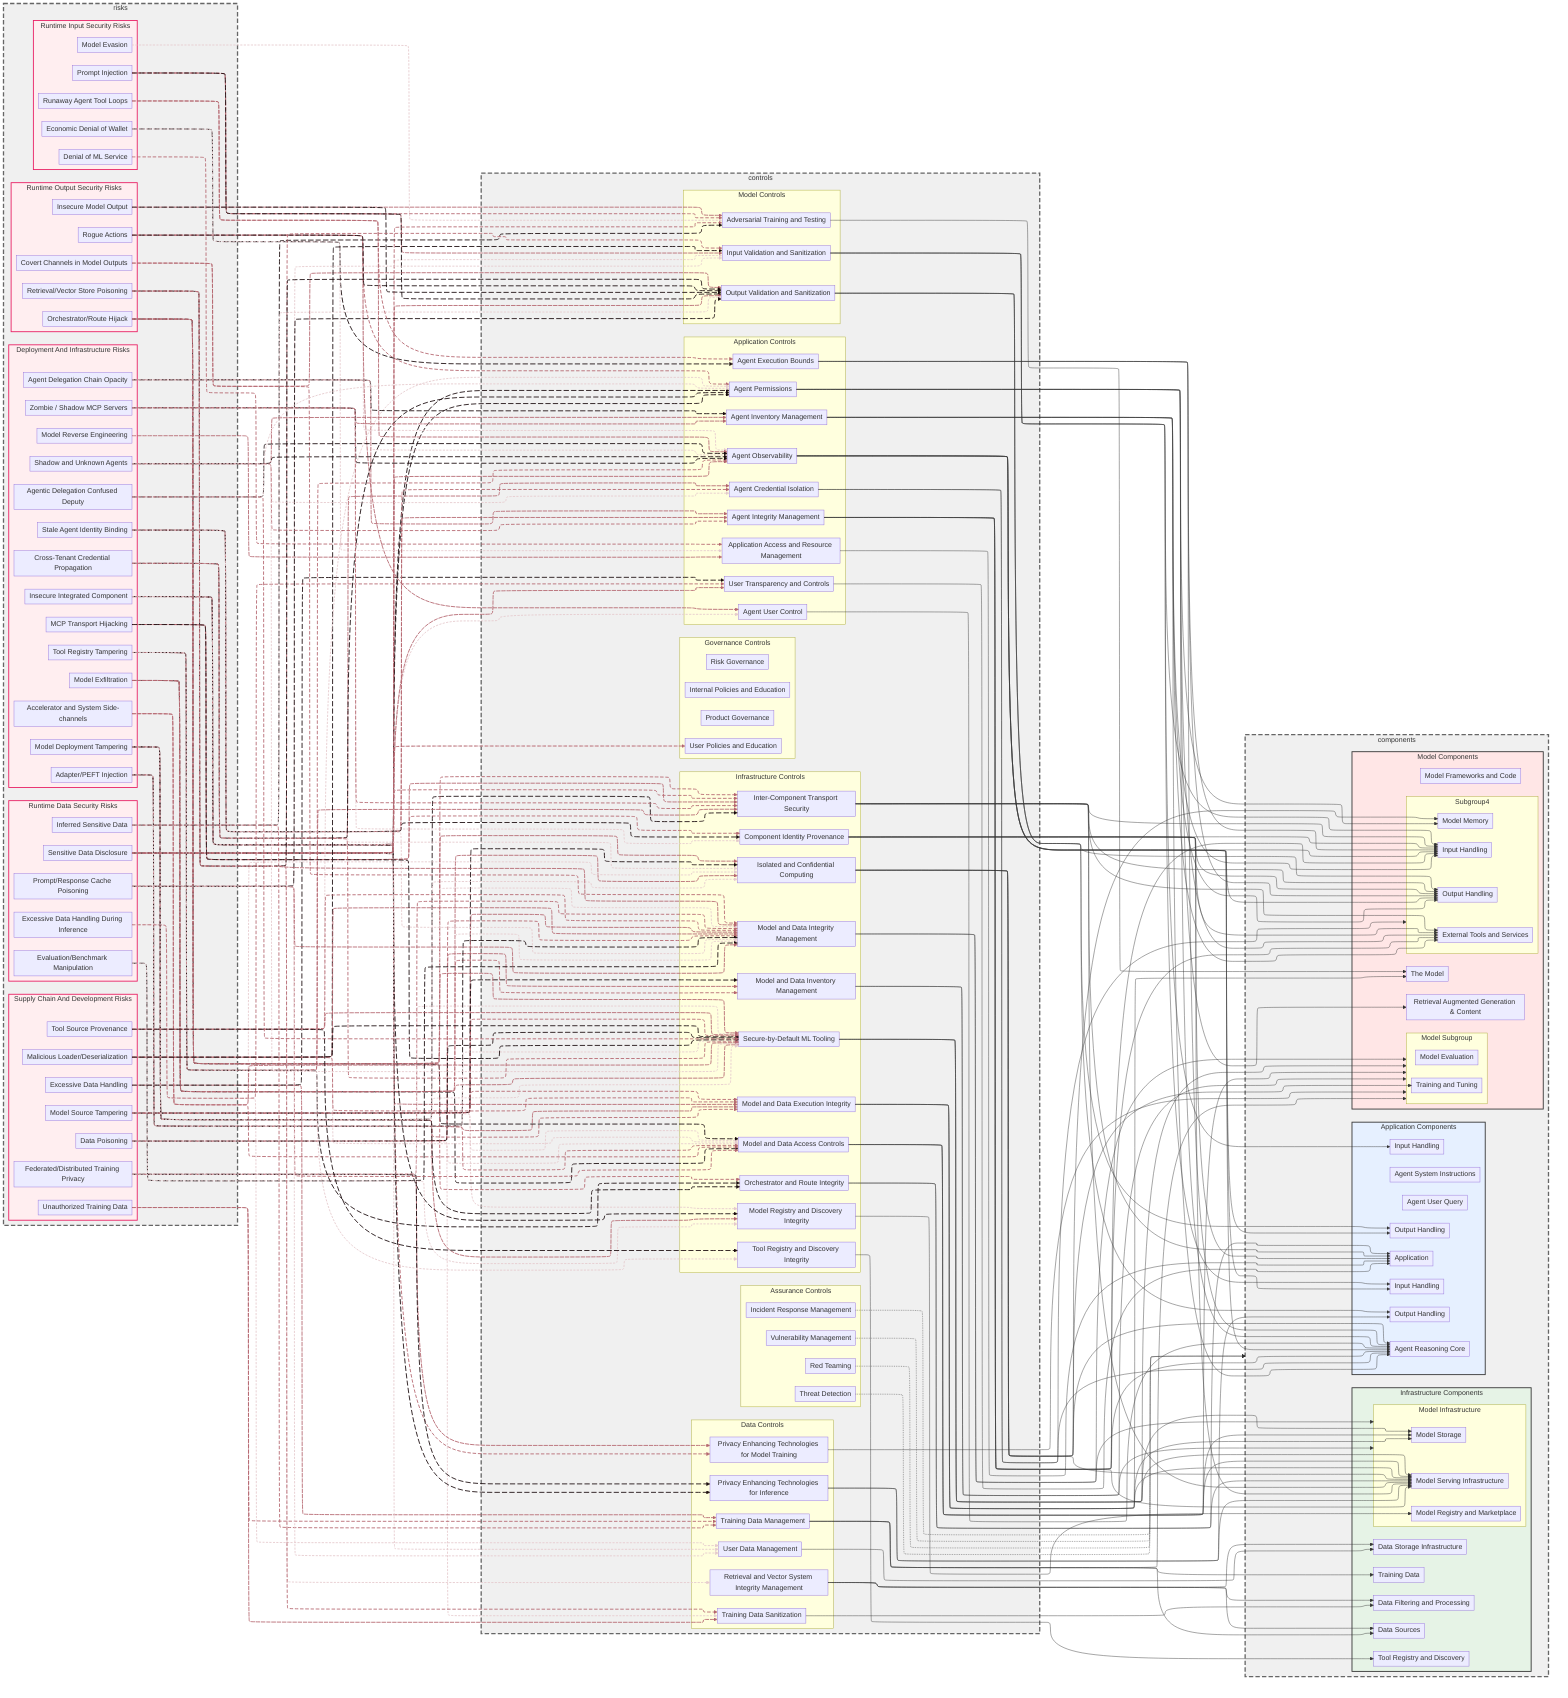
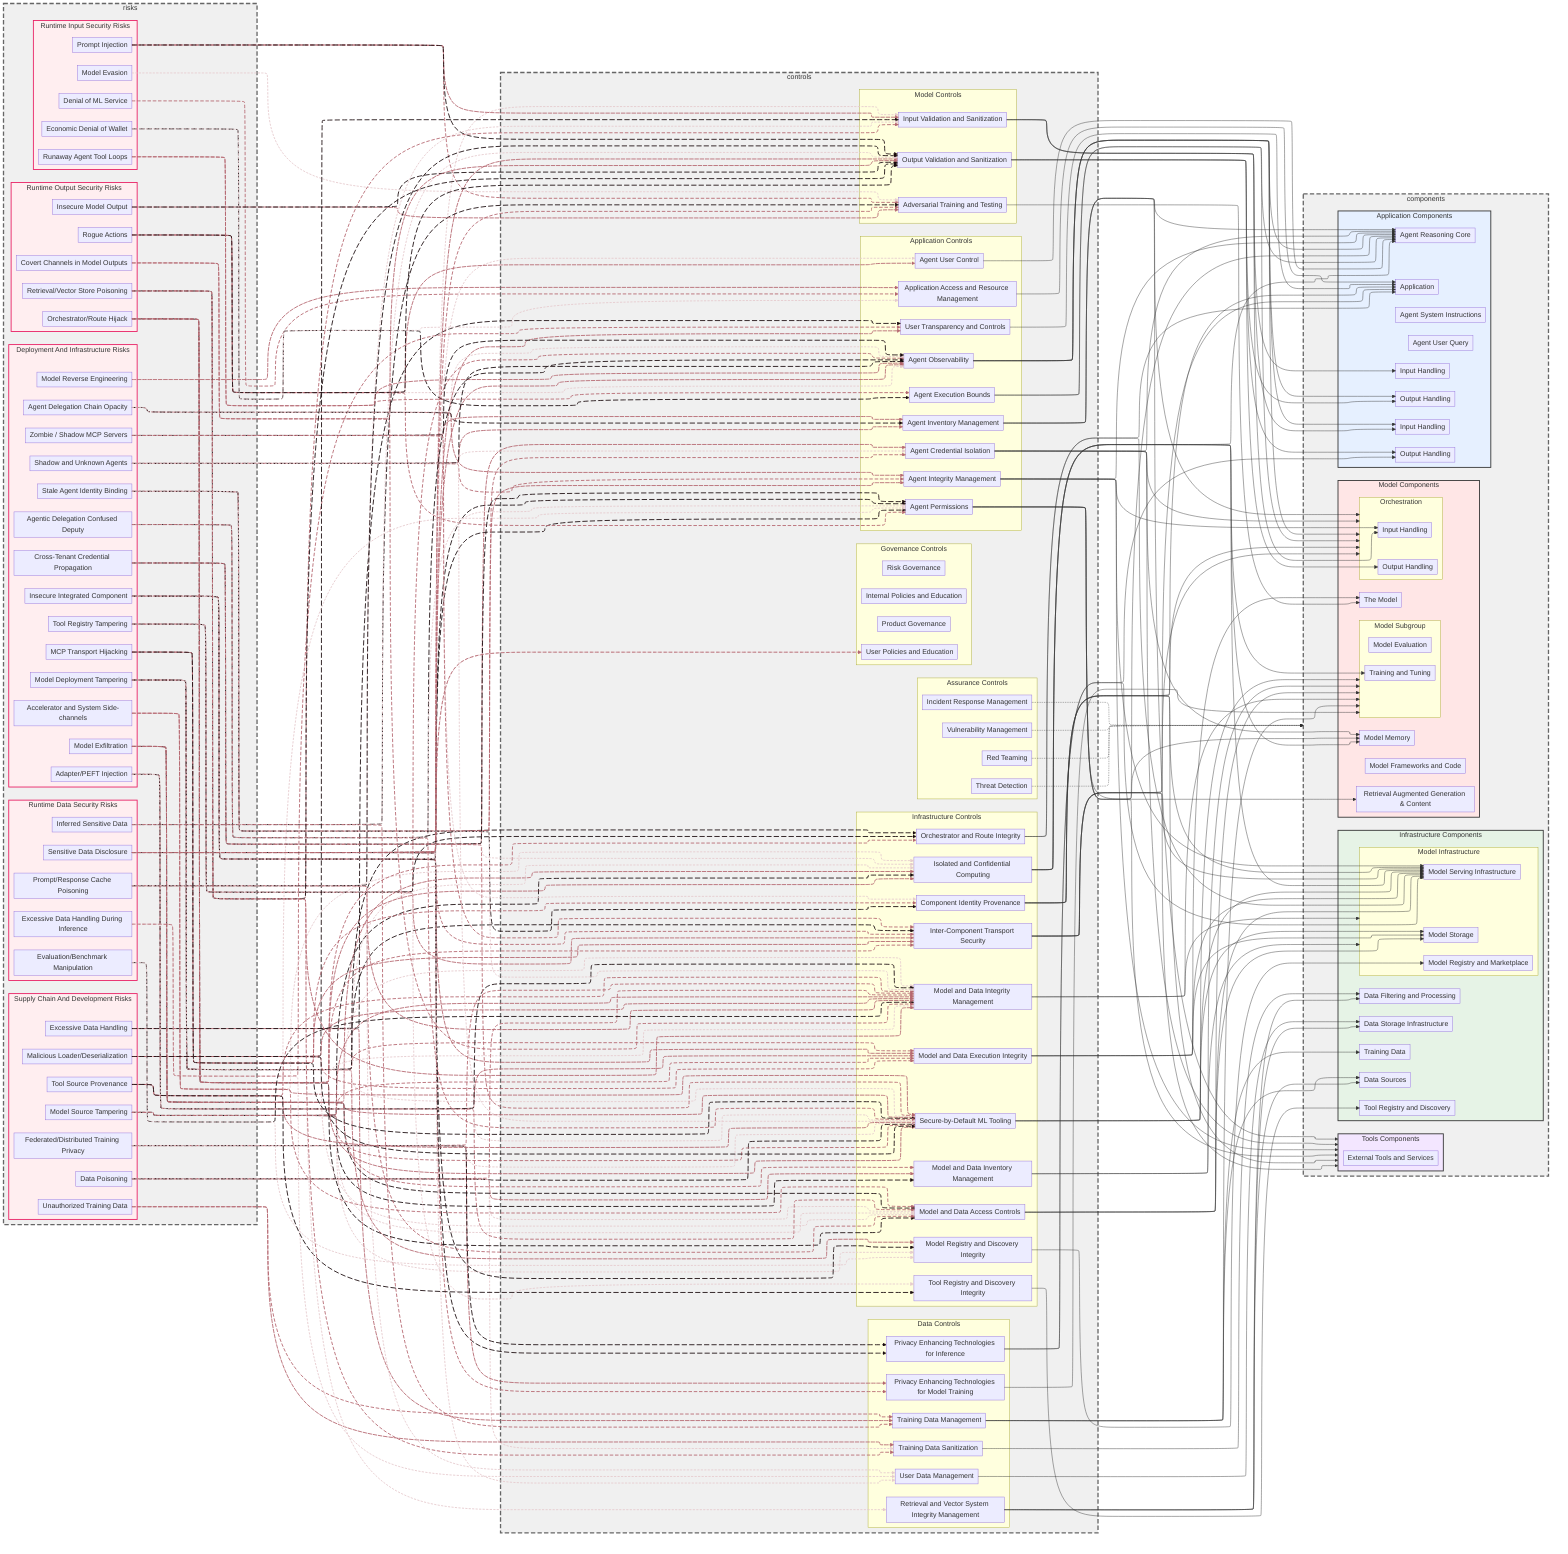
---
config:
  layout: elk
  elk:
    mergeEdges: True
    nodePlacementStrategy: NETWORK_SIMPLEX
---

graph LR
   %%{init: {'flowchart': {'nodeSpacing': 30, 'rankSpacing': 40, 'padding': 5, 'wrappingWidth': 250}}}%%
    classDef hidden display: none;
    classDef allControl stroke:#4285f4,stroke-width:2px,stroke-dasharray: 5 5

    subgraph risks
    subgraph risksSupplyChainAndDevelopment ["Supply Chain And Development Risks"]
        riskDataPoisoning[Data Poisoning]
        riskExcessiveDataHandling[Excessive Data Handling]
        riskFederatedDistributedTrainingPrivacy[Federated/Distributed Training Privacy]
        riskMaliciousLoaderDeserialization[Malicious Loader/Deserialization]
        riskModelSourceTampering[Model Source Tampering]
        riskToolSourceProvenance[Tool Source Provenance]
        riskUnauthorizedTrainingData[Unauthorized Training Data]
    end

    subgraph risksRuntimeDataSecurity ["Runtime Data Security Risks"]
        riskEvaluationBenchmarkManipulation[Evaluation/Benchmark Manipulation]
        riskExcessiveDataHandlingDuringInference[Excessive Data Handling During Inference]
        riskInferredSensitiveData[Inferred Sensitive Data]
        riskPromptResponseCachePoisoning[Prompt/Response Cache Poisoning]
        riskSensitiveDataDisclosure[Sensitive Data Disclosure]
    end

    subgraph risksDeploymentAndInfrastructure ["Deployment And Infrastructure Risks"]
        riskAcceleratorAndSystemSideChannels[Accelerator and System Side-channels]
        riskAdapterPEFTInjection[Adapter/PEFT Injection]
        riskAgentDelegationChainOpacity[Agent Delegation Chain Opacity]
        riskAgenticDelegationConfusedDeputy[Agentic Delegation Confused Deputy]
        riskCrossTenantCredentialPropagation[Cross-Tenant Credential Propagation]
        riskInsecureIntegratedComponent[Insecure Integrated Component]
        riskMCPTransportHijacking[MCP Transport Hijacking]
        riskModelDeploymentTampering[Model Deployment Tampering]
        riskModelExfiltration[Model Exfiltration]
        riskModelReverseEngineering[Model Reverse Engineering]
        riskShadowAndUnknownAgents[Shadow and Unknown Agents]
        riskStaleAgentIdentityBinding[Stale Agent Identity Binding]
        riskToolRegistryTampering[Tool Registry Tampering]
        riskZombieShadowMCPServers[Zombie / Shadow MCP Servers]
    end

    subgraph risksRuntimeInputSecurity ["Runtime Input Security Risks"]
        riskDenialOfMLService[Denial of ML Service]
        riskEconomicDenialOfWallet[Economic Denial of Wallet]
        riskModelEvasion[Model Evasion]
        riskPromptInjection[Prompt Injection]
        riskRunawayAgentToolLoops[Runaway Agent Tool Loops]
    end

    subgraph risksRuntimeOutputSecurity ["Runtime Output Security Risks"]
        riskCovertChannelsInModelOutputs[Covert Channels in Model Outputs]
        riskInsecureModelOutput[Insecure Model Output]
        riskOrchestratorRouteHijacking[Orchestrator/Route Hijack]
        riskRetrievalVectorStorePoisoning[Retrieval/Vector Store Poisoning]
        riskRogueActions[Rogue Actions]
    end

    end

    subgraph controls
    subgraph controlsData ["Data Controls"]
        controlModelPrivacyEnhancingTechnologies[Privacy Enhancing Technologies for Model Training]
        controlRetrievalAndVectorSystemIntegrity[Retrieval and Vector System Integrity Management]
        controlRuntimePrivacyEnhancingTechnologies[Privacy Enhancing Technologies for Inference]
        controlTrainingDataManagement[Training Data Management]
        controlTrainingDataSanitization[Training Data Sanitization]
        controlUserDataManagement[User Data Management]
    end

    subgraph controlsInfrastructure ["Infrastructure Controls"]
        controlComponentIdentityProvenance[Component Identity Provenance]
        controlInterComponentTransportSecurity[Inter-Component Transport Security]
        controlIsolatedConfidentialComputing[Isolated and Confidential Computing]
        controlModelAndDataAccessControls[Model and Data Access Controls]
        controlModelAndDataExecutionIntegrity[Model and Data Execution Integrity]
        controlModelAndDataIntegrityManagement[Model and Data Integrity Management]
        controlModelAndDataInventoryManagement[Model and Data Inventory Management]
        controlModelRegistryIntegrity[Model Registry and Discovery Integrity]
        controlOrchestratorAndRouteIntegrity[Orchestrator and Route Integrity]
        controlSecureByDefaultMLTooling[Secure-by-Default ML Tooling]
        controlToolRegistryAndDiscoveryIntegrity[Tool Registry and Discovery Integrity]
    end

    subgraph controlsModel ["Model Controls"]
        controlAdversarialTrainingAndTesting[Adversarial Training and Testing]
        controlInputValidationAndSanitization[Input Validation and Sanitization]
        controlOutputValidationAndSanitization[Output Validation and Sanitization]
    end

    subgraph controlsApplication ["Application Controls"]
        controlAgentCredentialIsolation[Agent Credential Isolation]
        controlAgentExecutionBounds[Agent Execution Bounds]
        controlAgentIntegrityManagement[Agent Integrity Management]
        controlAgentInventoryManagement[Agent Inventory Management]
        controlAgentObservability[Agent Observability]
        controlAgentPluginPermissions[Agent Permissions]
        controlAgentPluginUserControl[Agent User Control]
        controlApplicationAccessManagement[Application Access and Resource Management]
        controlUserTransparencyAndControls[User Transparency and Controls]
    end

    subgraph controlsAssurance ["Assurance Controls"]
        controlIncidentResponseManagement[Incident Response Management]
        controlRedTeaming[Red Teaming]
        controlThreatDetection[Threat Detection]
        controlVulnerabilityManagement[Vulnerability Management]
    end

    subgraph controlsGovernance ["Governance Controls"]
        direction LR
        controlInternalPoliciesAndEducation[Internal Policies and Education]
        controlProductGovernance[Product Governance]
        controlRiskGovernance[Risk Governance]
        controlUserPoliciesAndEducation[User Policies and Education]
    end

    end

    subgraph components
    subgraph componentsInfrastructure ["Infrastructure Components"]
        componentDataFilteringAndProcessing[Data Filtering and Processing]
        componentDataSources[Data Sources]
        componentDataStorage[Data Storage Infrastructure]
        componentToolRegistry[Tool Registry and Discovery]
        componentTrainingData[Training Data]
        subgraph componentsModelInfrastructure ["Model Infrastructure"]
            componentModelRegistry[Model Registry and Marketplace]
            componentModelServing[Model Serving Infrastructure]
            componentModelStorage[Model Storage]
        end
    end

    subgraph componentsModel ["Model Components"]
+         componentMemory[Model Memory]
        componentModelFrameworksAndCode[Model Frameworks and Code]
        componentRAGContent[Retrieval Augmented Generation & Content]
        componentTheModel[The Model]
        subgraph componentsModelSubgroup ["Model Subgroup"]
            componentModelEvaluation[Model Evaluation]
            componentModelTrainingTuning[Training and Tuning]
        end
-         subgraph componentsSubgroup4 ["Subgroup4"]
-             componentMemory[Model Memory]
+         subgraph componentsOrchestration ["Orchestration"]
            componentOrchestrationInputHandling[Input Handling]
            componentOrchestrationOutputHandling[Output Handling]
-             componentTools[External Tools and Services]
        end
    end

    subgraph componentsApplication ["Application Components"]
        componentAgentInputHandling[Input Handling]
        componentAgentOutputHandling[Output Handling]
        componentAgentSystemInstruction[Agent System Instructions]
        componentAgentUserQuery[Agent User Query]
        componentApplication[Application]
        componentApplicationInputHandling[Input Handling]
        componentApplicationOutputHandling[Output Handling]
        componentReasoningCore[Agent Reasoning Core]
+     end
+ 
+     subgraph componentsTools ["Tools Components"]
+         componentTools[External Tools and Services]
    end

    end

    %% Risk to Control relationships
    riskDataPoisoning --> controlModelAndDataAccessControls
    riskDataPoisoning --> controlModelAndDataIntegrityManagement
    riskDataPoisoning --> controlModelAndDataInventoryManagement
    riskDataPoisoning --> controlSecureByDefaultMLTooling
    riskDataPoisoning --> controlTrainingDataSanitization
    riskUnauthorizedTrainingData --> controlTrainingDataManagement
    riskUnauthorizedTrainingData --> controlTrainingDataSanitization
    riskModelSourceTampering --> controlIsolatedConfidentialComputing
    riskModelSourceTampering --> controlModelAndDataAccessControls
    riskModelSourceTampering --> controlModelAndDataExecutionIntegrity
    riskModelSourceTampering --> controlModelAndDataIntegrityManagement
    riskModelSourceTampering --> controlModelAndDataInventoryManagement
    riskModelSourceTampering --> controlModelRegistryIntegrity
    riskModelSourceTampering --> controlSecureByDefaultMLTooling
    riskExcessiveDataHandling --> controlTrainingDataManagement
    riskExcessiveDataHandling --> controlUserTransparencyAndControls
    riskExcessiveDataHandlingDuringInference --> controlUserDataManagement
    riskExcessiveDataHandlingDuringInference --> controlUserTransparencyAndControls
    riskModelExfiltration --> controlIsolatedConfidentialComputing
    riskModelExfiltration --> controlModelAndDataAccessControls
    riskModelExfiltration --> controlModelAndDataIntegrityManagement
    riskModelExfiltration --> controlModelAndDataInventoryManagement
    riskModelExfiltration --> controlSecureByDefaultMLTooling
    riskModelDeploymentTampering --> controlInterComponentTransportSecurity
    riskModelDeploymentTampering --> controlIsolatedConfidentialComputing
    riskModelDeploymentTampering --> controlModelAndDataExecutionIntegrity
    riskModelDeploymentTampering --> controlModelRegistryIntegrity
    riskModelDeploymentTampering --> controlOrchestratorAndRouteIntegrity
    riskModelDeploymentTampering --> controlSecureByDefaultMLTooling
    riskDenialOfMLService --> controlApplicationAccessManagement
    riskModelReverseEngineering --> controlApplicationAccessManagement
    riskInsecureIntegratedComponent --> controlAgentPluginPermissions
    riskInsecureIntegratedComponent --> controlInputValidationAndSanitization
    riskInsecureIntegratedComponent --> controlInterComponentTransportSecurity
    riskInsecureIntegratedComponent --> controlModelAndDataExecutionIntegrity
    riskInsecureIntegratedComponent --> controlModelRegistryIntegrity
    riskInsecureIntegratedComponent --> controlUserPoliciesAndEducation
    riskPromptInjection --> controlAdversarialTrainingAndTesting
    riskPromptInjection --> controlInputValidationAndSanitization
    riskPromptInjection --> controlOutputValidationAndSanitization
    riskModelEvasion --> controlAdversarialTrainingAndTesting
    riskSensitiveDataDisclosure --> controlAdversarialTrainingAndTesting
    riskSensitiveDataDisclosure --> controlAgentObservability
    riskSensitiveDataDisclosure --> controlAgentPluginPermissions
    riskSensitiveDataDisclosure --> controlAgentPluginUserControl
    riskSensitiveDataDisclosure --> controlModelPrivacyEnhancingTechnologies
    riskSensitiveDataDisclosure --> controlOutputValidationAndSanitization
    riskSensitiveDataDisclosure --> controlRuntimePrivacyEnhancingTechnologies
    riskSensitiveDataDisclosure --> controlUserDataManagement
    riskSensitiveDataDisclosure --> controlUserPoliciesAndEducation
    riskSensitiveDataDisclosure --> controlUserTransparencyAndControls
    riskInferredSensitiveData --> controlAdversarialTrainingAndTesting
    riskInferredSensitiveData --> controlOutputValidationAndSanitization
    riskInferredSensitiveData --> controlTrainingDataManagement
    riskInsecureModelOutput --> controlAdversarialTrainingAndTesting
    riskInsecureModelOutput --> controlOutputValidationAndSanitization
    riskRogueActions --> controlAgentObservability
    riskRogueActions --> controlAgentPluginPermissions
    riskRogueActions --> controlAgentPluginUserControl
    riskRogueActions --> controlOutputValidationAndSanitization
    riskAcceleratorAndSystemSideChannels --> controlIsolatedConfidentialComputing
    riskAcceleratorAndSystemSideChannels --> controlModelAndDataAccessControls
    riskAcceleratorAndSystemSideChannels --> controlSecureByDefaultMLTooling
    riskEconomicDenialOfWallet --> controlAgentExecutionBounds
    riskEconomicDenialOfWallet --> controlApplicationAccessManagement
    riskFederatedDistributedTrainingPrivacy --> controlModelAndDataIntegrityManagement
    riskFederatedDistributedTrainingPrivacy --> controlModelPrivacyEnhancingTechnologies
    riskFederatedDistributedTrainingPrivacy --> controlRuntimePrivacyEnhancingTechnologies
    riskFederatedDistributedTrainingPrivacy --> controlSecureByDefaultMLTooling
    riskAdapterPEFTInjection --> controlModelAndDataAccessControls
    riskAdapterPEFTInjection --> controlModelAndDataExecutionIntegrity
    riskAdapterPEFTInjection --> controlModelAndDataIntegrityManagement
    riskAdapterPEFTInjection --> controlSecureByDefaultMLTooling
    riskToolRegistryTampering --> controlAgentObservability
    riskToolRegistryTampering --> controlInterComponentTransportSecurity
    riskToolRegistryTampering --> controlOrchestratorAndRouteIntegrity
    riskToolRegistryTampering --> controlToolRegistryAndDiscoveryIntegrity
    riskOrchestratorRouteHijacking --> controlInterComponentTransportSecurity
    riskOrchestratorRouteHijacking --> controlIsolatedConfidentialComputing
    riskOrchestratorRouteHijacking --> controlModelAndDataAccessControls
    riskOrchestratorRouteHijacking --> controlModelAndDataIntegrityManagement
    riskOrchestratorRouteHijacking --> controlOrchestratorAndRouteIntegrity
    riskOrchestratorRouteHijacking --> controlSecureByDefaultMLTooling
    riskEvaluationBenchmarkManipulation --> controlModelAndDataIntegrityManagement
    riskEvaluationBenchmarkManipulation --> controlModelRegistryIntegrity
    riskCovertChannelsInModelOutputs --> controlModelAndDataIntegrityManagement
    riskCovertChannelsInModelOutputs --> controlOutputValidationAndSanitization
    riskMaliciousLoaderDeserialization --> controlInputValidationAndSanitization
    riskMaliciousLoaderDeserialization --> controlModelAndDataAccessControls
    riskMaliciousLoaderDeserialization --> controlModelAndDataExecutionIntegrity
    riskMaliciousLoaderDeserialization --> controlModelAndDataIntegrityManagement
    riskMaliciousLoaderDeserialization --> controlSecureByDefaultMLTooling
    riskToolSourceProvenance --> controlAgentPluginPermissions
    riskToolSourceProvenance --> controlModelAndDataIntegrityManagement
    riskToolSourceProvenance --> controlSecureByDefaultMLTooling
    riskToolSourceProvenance --> controlToolRegistryAndDiscoveryIntegrity
    riskPromptResponseCachePoisoning --> controlInputValidationAndSanitization
    riskPromptResponseCachePoisoning --> controlModelAndDataAccessControls
    riskPromptResponseCachePoisoning --> controlModelAndDataIntegrityManagement
    riskPromptResponseCachePoisoning --> controlOutputValidationAndSanitization
    riskPromptResponseCachePoisoning --> controlUserDataManagement
    riskRetrievalVectorStorePoisoning --> controlInputValidationAndSanitization
    riskRetrievalVectorStorePoisoning --> controlModelAndDataIntegrityManagement
    riskRetrievalVectorStorePoisoning --> controlOutputValidationAndSanitization
    riskRetrievalVectorStorePoisoning --> controlRetrievalAndVectorSystemIntegrity
    riskRetrievalVectorStorePoisoning --> controlTrainingDataSanitization
    riskAgentDelegationChainOpacity --> controlAgentIntegrityManagement
    riskAgentDelegationChainOpacity --> controlAgentInventoryManagement
    riskAgentDelegationChainOpacity --> controlAgentObservability
    riskStaleAgentIdentityBinding --> controlAgentCredentialIsolation
    riskStaleAgentIdentityBinding --> controlAgentIntegrityManagement
    riskStaleAgentIdentityBinding --> controlComponentIdentityProvenance
    riskStaleAgentIdentityBinding --> controlModelAndDataIntegrityManagement
    riskMCPTransportHijacking --> controlComponentIdentityProvenance
    riskMCPTransportHijacking --> controlInterComponentTransportSecurity
    riskMCPTransportHijacking --> controlSecureByDefaultMLTooling
    riskShadowAndUnknownAgents --> controlAgentCredentialIsolation
    riskShadowAndUnknownAgents --> controlAgentIntegrityManagement
    riskShadowAndUnknownAgents --> controlAgentInventoryManagement
    riskShadowAndUnknownAgents --> controlAgentObservability
    riskShadowAndUnknownAgents --> controlSecureByDefaultMLTooling
    riskRunawayAgentToolLoops --> controlAgentExecutionBounds
    riskRunawayAgentToolLoops --> controlAgentObservability
    riskAgenticDelegationConfusedDeputy --> controlAgentObservability
    riskAgenticDelegationConfusedDeputy --> controlAgentPluginPermissions
    riskAgenticDelegationConfusedDeputy --> controlSecureByDefaultMLTooling
    riskCrossTenantCredentialPropagation --> controlAgentCredentialIsolation
    riskCrossTenantCredentialPropagation --> controlAgentPluginPermissions
    riskCrossTenantCredentialPropagation --> controlIsolatedConfidentialComputing
    riskCrossTenantCredentialPropagation --> controlSecureByDefaultMLTooling
    riskZombieShadowMCPServers --> controlAgentInventoryManagement
    riskZombieShadowMCPServers --> controlAgentObservability
    riskZombieShadowMCPServers --> controlComponentIdentityProvenance
    riskZombieShadowMCPServers --> controlInterComponentTransportSecurity

    %% Control to Component relationships (reused from ControlGraph)
    controlModelPrivacyEnhancingTechnologies --> componentsModelSubgroup
    controlRuntimePrivacyEnhancingTechnologies --> componentApplicationOutputHandling
    controlRuntimePrivacyEnhancingTechnologies --> componentModelServing
    controlTrainingDataManagement --> componentDataSources
    controlTrainingDataManagement --> componentTrainingData
    controlTrainingDataManagement --> componentsModelSubgroup
    controlTrainingDataSanitization --> componentDataFilteringAndProcessing
    controlUserDataManagement --> componentDataStorage
    controlModelAndDataInventoryManagement --> componentsModelInfrastructure
    controlModelAndDataInventoryManagement --> componentsModelSubgroup
    controlModelAndDataAccessControls --> componentModelServing
    controlModelAndDataAccessControls --> componentModelStorage
    controlModelAndDataAccessControls --> componentsModelSubgroup
    controlModelAndDataIntegrityManagement --> componentsModelInfrastructure
    controlModelAndDataIntegrityManagement --> componentsModelSubgroup
    controlModelAndDataExecutionIntegrity --> componentModelServing
    controlModelAndDataExecutionIntegrity --> componentModelStorage
    controlModelAndDataExecutionIntegrity --> componentTheModel
    controlSecureByDefaultMLTooling --> componentModelServing
    controlSecureByDefaultMLTooling --> componentModelStorage
    controlSecureByDefaultMLTooling --> componentsModelSubgroup
    controlInputValidationAndSanitization --> componentAgentInputHandling
    controlInputValidationAndSanitization --> componentApplicationInputHandling
    controlInputValidationAndSanitization --> componentOrchestrationInputHandling
    controlOutputValidationAndSanitization --> componentAgentOutputHandling
    controlOutputValidationAndSanitization --> componentApplicationOutputHandling
    controlOutputValidationAndSanitization --> componentOrchestrationOutputHandling
    controlAdversarialTrainingAndTesting --> componentTheModel
    controlApplicationAccessManagement --> componentApplication
    controlUserTransparencyAndControls --> componentApplication
    controlAgentPluginUserControl --> componentReasoningCore
    controlAgentPluginPermissions --> componentMemory
    controlAgentPluginPermissions --> componentRAGContent
    controlAgentPluginPermissions --> componentReasoningCore
-     controlAgentPluginPermissions --> componentTools
+     controlAgentPluginPermissions --> componentsTools
    controlRedTeaming -.-> components
    controlVulnerabilityManagement -.-> components
    controlThreatDetection -.-> components
    controlIncidentResponseManagement -.-> components
    controlAgentObservability --> componentAgentInputHandling
    controlAgentObservability --> componentAgentOutputHandling
-     controlAgentObservability --> componentOrchestrationInputHandling
-     controlAgentObservability --> componentOrchestrationOutputHandling
    controlAgentObservability --> componentReasoningCore
+     controlAgentObservability --> componentsOrchestration
    controlIsolatedConfidentialComputing --> componentMemory
    controlIsolatedConfidentialComputing --> componentModelServing
    controlIsolatedConfidentialComputing --> componentModelTrainingTuning
    controlIsolatedConfidentialComputing --> componentReasoningCore
    controlRetrievalAndVectorSystemIntegrity --> componentDataFilteringAndProcessing
    controlRetrievalAndVectorSystemIntegrity --> componentDataSources
    controlRetrievalAndVectorSystemIntegrity --> componentDataStorage
    controlOrchestratorAndRouteIntegrity --> componentApplication
    controlOrchestratorAndRouteIntegrity --> componentModelServing
-     controlAgentInventoryManagement --> componentOrchestrationInputHandling
-     controlAgentInventoryManagement --> componentOrchestrationOutputHandling
    controlAgentInventoryManagement --> componentReasoningCore
-     controlAgentInventoryManagement --> componentTools
+     controlAgentInventoryManagement --> componentsOrchestration
+     controlAgentInventoryManagement --> componentsTools
    controlAgentIntegrityManagement --> componentModelServing
    controlAgentIntegrityManagement --> componentOrchestrationInputHandling
    controlAgentIntegrityManagement --> componentReasoningCore
-     controlAgentIntegrityManagement --> componentTools
+     controlAgentIntegrityManagement --> componentsTools
+     controlAgentCredentialIsolation --> componentMemory
    controlAgentCredentialIsolation --> componentReasoningCore
-     controlAgentCredentialIsolation --> componentsSubgroup4
+     controlAgentCredentialIsolation --> componentsOrchestration
+     controlAgentCredentialIsolation --> componentsTools
    controlInterComponentTransportSecurity --> componentApplication
    controlInterComponentTransportSecurity --> componentModelServing
-     controlInterComponentTransportSecurity --> componentOrchestrationInputHandling
-     controlInterComponentTransportSecurity --> componentOrchestrationOutputHandling
-     controlInterComponentTransportSecurity --> componentTools
+     controlInterComponentTransportSecurity --> componentsOrchestration
+     controlInterComponentTransportSecurity --> componentsTools
    controlComponentIdentityProvenance --> componentApplication
    controlComponentIdentityProvenance --> componentModelServing
-     controlComponentIdentityProvenance --> componentOrchestrationInputHandling
-     controlComponentIdentityProvenance --> componentOrchestrationOutputHandling
-     controlComponentIdentityProvenance --> componentTools
-     controlAgentExecutionBounds --> componentOrchestrationInputHandling
-     controlAgentExecutionBounds --> componentOrchestrationOutputHandling
+     controlComponentIdentityProvenance --> componentsOrchestration
+     controlComponentIdentityProvenance --> componentsTools
    controlAgentExecutionBounds --> componentReasoningCore
+     controlAgentExecutionBounds --> componentsOrchestration
    controlModelRegistryIntegrity --> componentModelRegistry
    controlToolRegistryAndDiscoveryIntegrity --> componentToolRegistry

    %% Edge styling
    linkStyle 0,4,8,12,16,20,24,28,32,36,40,44,48,52,56,60,64,68,72,76,80,84,88,92,96,100,104,108,112,116,120,124,128,132 stroke:#e6cbce,stroke-width:2px,stroke-dasharray: 5 3
    linkStyle 1,5,9,13,17,21,25,29,33,37,41,45,49,53,57,61,65,69,73,77,81,85,89,93,97,101,105,109,113,117,121,125,129,133 stroke:#b66871,stroke-width:2px,stroke-dasharray: 8 4
    linkStyle 2,6,10,14,18,22,26,30,34,38,42,46,50,54,58,62,66,70,74,78,82,86,90,94,98,102,106,110,114,118,122,126,130 stroke:#b66871,stroke-width:2px,stroke-dasharray: 10 2
    linkStyle 3,7,11,15,19,23,27,31,35,39,43,47,51,55,59,63,67,71,75,79,83,87,91,95,99,103,107,111,115,119,123,127,131 stroke:#1c0d0f,stroke-width:2px,stroke-dasharray: 12 5

%% Node style definitions
    style risksSupplyChainAndDevelopment fill:#ffeef0,stroke:#e91e63,stroke-width:2px
    style risksRuntimeDataSecurity fill:#ffeef0,stroke:#e91e63,stroke-width:2px
    style risksDeploymentAndInfrastructure fill:#ffeef0,stroke:#e91e63,stroke-width:2px
    style risksRuntimeInputSecurity fill:#ffeef0,stroke:#e91e63,stroke-width:2px
    style risksRuntimeOutputSecurity fill:#ffeef0,stroke:#e91e63,stroke-width:2px
    style components fill:#f0f0f0,stroke:#666666,stroke-width:3px,stroke-dasharray: 10 5
    style controls fill:#f0f0f0,stroke:#666666,stroke-width:3px,stroke-dasharray: 10 5
    style risks fill:#f0f0f0,stroke:#666666,stroke-width:3px,stroke-dasharray: 10 5
    style componentsInfrastructure fill:#e6f3e6,stroke:#333333,stroke-width:2px
    style componentsApplication fill:#e6f0ff,stroke:#333333,stroke-width:2px
    style componentsModel fill:#ffe6e6,stroke:#333333,stroke-width:2px
+     style componentsTools fill:#f3e6ff,stroke:#333333,stroke-width:2px
